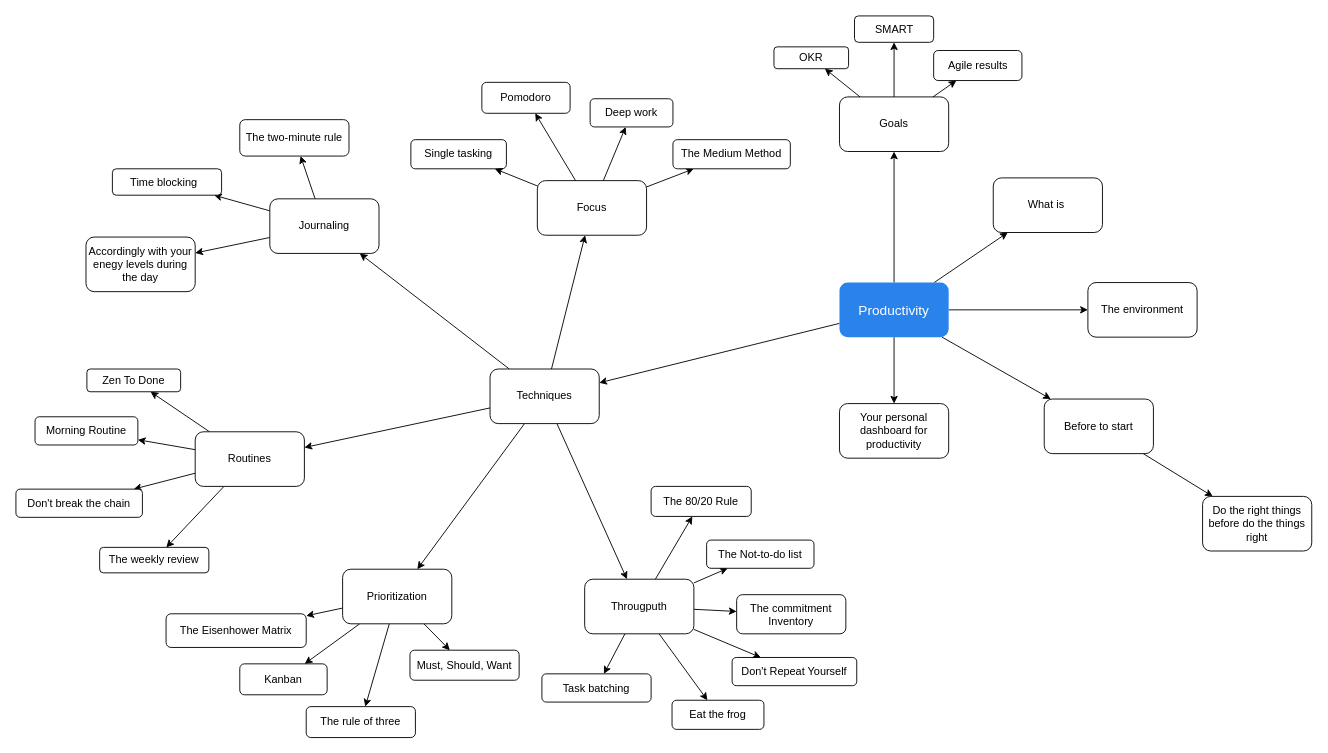
Earlier version of the draw.io diagram page "Productivity" (2 of 4) of Wellbeing.drawio (alfonsograziano/personal-blog). Source tidied: cells renumbered, new cells numbered last; positions are measured from the earlier drawing's top-left corner, leaving out a move shared by most shapes. Both pictures are drawn from the tidied source at 91%, with x=0, y=0 at pixel (15, 15).
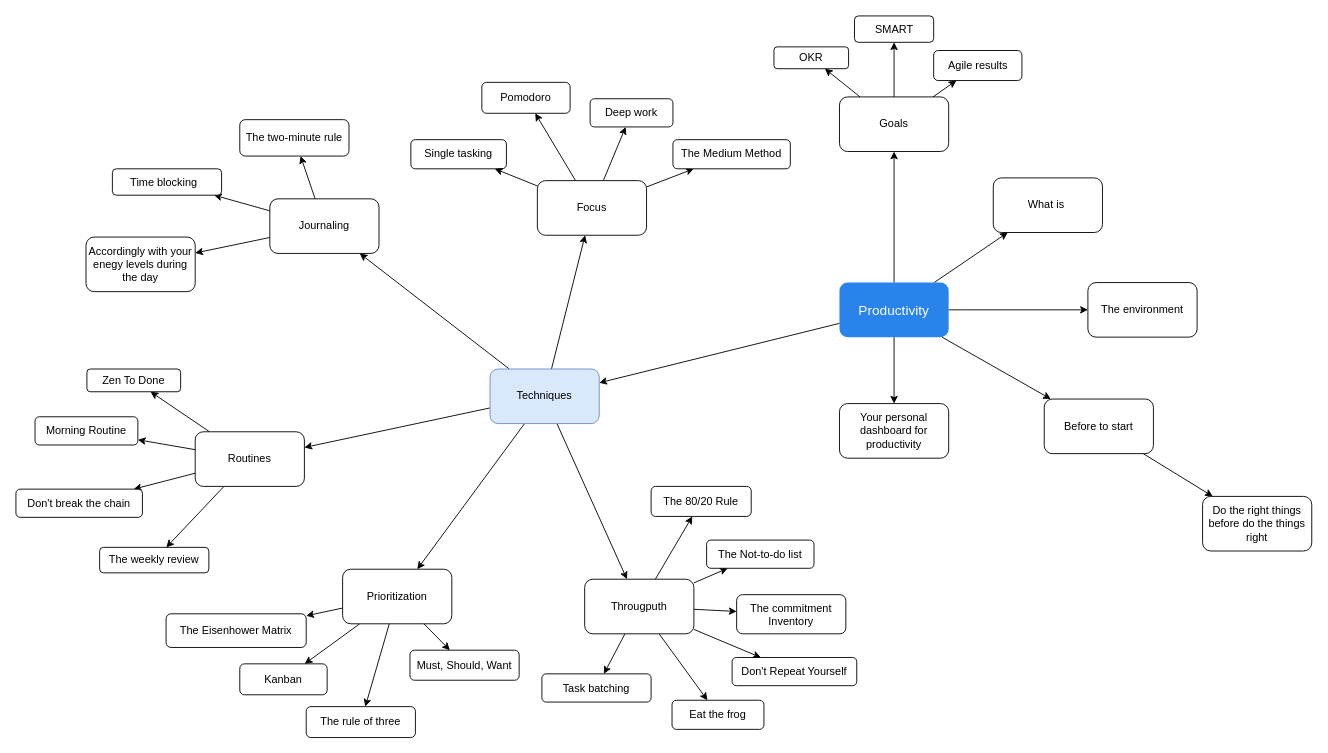
The same diagram, later.

Change to the diagram source:
```diff
@@
-    <mxCell id="15" value="Techniques" style="rounded=1;whiteSpace=wrap;html=1;" parent="1" vertex="1">
+    <mxCell id="15" value="Techniques" style="rounded=1;whiteSpace=wrap;html=1;fillColor=#dae8fc;strokeColor=#6c8ebf;" parent="1" vertex="1">
       <mxGeometry x="521" y="388" width="120" height="60" as="geometry" />
     </mxCell>
```
